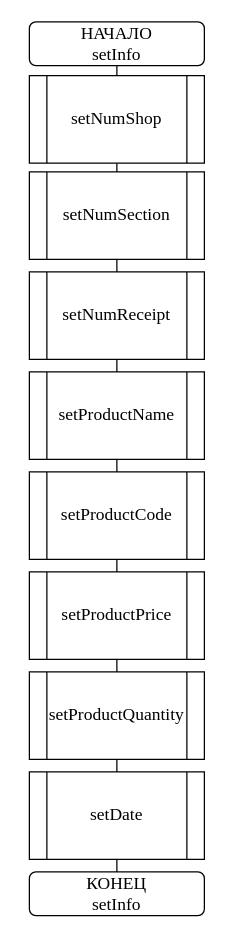
Above: page "setInfo" (21 of 27) of 3_Sem/Algorithmization_and_programming/Coursework/docs/schemes/1.drawio in Khrommi69/SevSU_IS (draw.io), before the change. Source tidied: cells renumbered, new cells numbered last; positions are measured from the earlier drawing's top-left corner, leaving out a move shared by most shapes. Both pictures are drawn from the tidied source at 125%, with x=0, y=0 at pixel (29, 21).
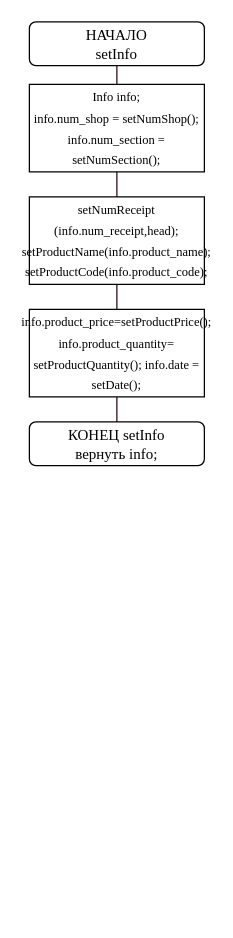
Above is the later version.

What changed in the source:
```diff
@@
-    <mxCell id="0" />
-    <mxCell id="1" parent="0" />
-    <mxCell id="2" style="edgeStyle=orthogonalEdgeStyle;rounded=0;jettySize=auto;html=1;exitX=0.5;exitY=1;exitDx=0;exitDy=0;entryX=0.5;entryY=0;entryDx=0;entryDy=0;endArrow=none;endFill=0;" parent="1" edge="1" source="3" target="6">
-      <mxGeometry relative="1" as="geometry" />
-    </mxCell>
+    <mxCell id="21" />
+    <mxCell id="22" parent="21" />
+    <mxCell id="23" value="&lt;font&gt;&lt;font face=&quot;times new roman&quot;&gt;КОНЕЦ&amp;nbsp;&lt;/font&gt;&lt;font face=&quot;times new roman&quot;&gt;setInfo&lt;br&gt;вернуть info;&lt;/font&gt;&lt;br&gt;&lt;/font&gt;" style="rounded=1;whiteSpace=wrap;html=1;" parent="22" vertex="1">
+      <mxGeometry y="320" width="140" height="35" as="geometry" />
+    </mxCell>
+    <mxCell id="24" style="edgeStyle=orthogonalEdgeStyle;rounded=0;jumpStyle=sharp;jettySize=auto;html=1;exitX=0.5;exitY=1;exitDx=0;exitDy=0;entryX=0.5;entryY=0;entryDx=0;entryDy=0;shadow=0;startArrow=none;startFill=0;endArrow=none;endFill=0;strokeColor=#33001A;" parent="22" edge="1" source="3" target="26">
+      <mxGeometry relative="1" as="geometry" />
+    </mxCell>
-    <mxCell id="3" value="&lt;span style=&quot;font-family: &amp;#34;times new roman&amp;#34; ; font-size: 14px&quot;&gt;НАЧАЛО&lt;br&gt;setInfo&lt;br&gt;&lt;/span&gt;" style="rounded=1;whiteSpace=wrap;html=1;" parent="1" vertex="1">
+    <mxCell id="3" value="&lt;font&gt;&lt;font face=&quot;times new roman&quot;&gt;НАЧАЛО&lt;/font&gt;&lt;br&gt;&lt;font face=&quot;times new roman&quot;&gt;setInfo&lt;/font&gt;&lt;br&gt;&lt;/font&gt;" style="rounded=1;whiteSpace=wrap;html=1;" parent="22" vertex="1">
       <mxGeometry width="140" height="35" as="geometry" />
     </mxCell>
-    <mxCell id="4" value="&lt;span style=&quot;font-family: &amp;#34;times new roman&amp;#34; ; font-size: 14px&quot;&gt;КОНЕЦ&lt;br&gt;setInfo&lt;br&gt;&lt;/span&gt;" style="rounded=1;whiteSpace=wrap;html=1;" parent="1" vertex="1">
-      <mxGeometry y="680" width="140" height="35" as="geometry" />
-    </mxCell>
-    <mxCell id="5" style="edgeStyle=orthogonalEdgeStyle;rounded=0;jettySize=auto;html=1;exitX=0.5;exitY=1;exitDx=0;exitDy=0;entryX=0.5;entryY=0;entryDx=0;entryDy=0;endArrow=none;endFill=0;" parent="1" edge="1" source="6" target="8">
-      <mxGeometry relative="1" as="geometry" />
-    </mxCell>
-    <mxCell id="6" value="setNumShop" style="shape=process;whiteSpace=wrap;html=1;backgroundOutline=1;strokeWidth=1;fontFamily=Times New Roman;fontSize=14;" parent="1" vertex="1">
-      <mxGeometry y="43" width="140" height="70" as="geometry" />
-    </mxCell>
-    <mxCell id="7" style="edgeStyle=orthogonalEdgeStyle;rounded=0;jettySize=auto;html=1;exitX=0.5;exitY=1;exitDx=0;exitDy=0;entryX=0.5;entryY=0;entryDx=0;entryDy=0;endArrow=none;endFill=0;" parent="1" edge="1" source="8" target="10">
-      <mxGeometry relative="1" as="geometry" />
-    </mxCell>
-    <mxCell id="8" value="setNumSection" style="shape=process;whiteSpace=wrap;html=1;backgroundOutline=1;strokeWidth=1;fontFamily=Times New Roman;fontSize=14;" parent="1" vertex="1">
-      <mxGeometry y="120" width="140" height="70" as="geometry" />
-    </mxCell>
-    <mxCell id="9" style="edgeStyle=orthogonalEdgeStyle;rounded=0;jettySize=auto;html=1;exitX=0.5;exitY=1;exitDx=0;exitDy=0;entryX=0.5;entryY=0;entryDx=0;entryDy=0;endArrow=none;endFill=0;" parent="1" edge="1" source="10" target="12">
-      <mxGeometry relative="1" as="geometry" />
-    </mxCell>
-    <mxCell id="10" value="setNumReceipt" style="shape=process;whiteSpace=wrap;html=1;backgroundOutline=1;strokeWidth=1;fontFamily=Times New Roman;fontSize=14;" parent="1" vertex="1">
-      <mxGeometry y="200" width="140" height="70" as="geometry" />
-    </mxCell>
-    <mxCell id="11" style="edgeStyle=orthogonalEdgeStyle;rounded=0;jettySize=auto;html=1;exitX=0.5;exitY=1;exitDx=0;exitDy=0;entryX=0.5;entryY=0;entryDx=0;entryDy=0;endArrow=none;endFill=0;" parent="1" edge="1" source="12" target="14">
-      <mxGeometry relative="1" as="geometry" />
-    </mxCell>
-    <mxCell id="12" value="setProductName" style="shape=process;whiteSpace=wrap;html=1;backgroundOutline=1;strokeWidth=1;fontFamily=Times New Roman;fontSize=14;" parent="1" vertex="1">
-      <mxGeometry y="280" width="140" height="70" as="geometry" />
-    </mxCell>
-    <mxCell id="13" style="edgeStyle=orthogonalEdgeStyle;rounded=0;jettySize=auto;html=1;exitX=0.5;exitY=1;exitDx=0;exitDy=0;entryX=0.5;entryY=0;entryDx=0;entryDy=0;endArrow=none;endFill=0;" parent="1" edge="1" source="14" target="16">
-      <mxGeometry relative="1" as="geometry" />
-    </mxCell>
-    <mxCell id="14" value="setProductCode" style="shape=process;whiteSpace=wrap;html=1;backgroundOutline=1;strokeWidth=1;fontFamily=Times New Roman;fontSize=14;" parent="1" vertex="1">
-      <mxGeometry y="360" width="140" height="70" as="geometry" />
-    </mxCell>
-    <mxCell id="15" style="edgeStyle=orthogonalEdgeStyle;rounded=0;jettySize=auto;html=1;exitX=0.5;exitY=1;exitDx=0;exitDy=0;entryX=0.5;entryY=0;entryDx=0;entryDy=0;endArrow=none;endFill=0;" parent="1" edge="1" source="16" target="18">
-      <mxGeometry relative="1" as="geometry" />
-    </mxCell>
-    <mxCell id="16" value="setProductPrice" style="shape=process;whiteSpace=wrap;html=1;backgroundOutline=1;strokeWidth=1;fontFamily=Times New Roman;fontSize=14;" parent="1" vertex="1">
-      <mxGeometry y="440" width="140" height="70" as="geometry" />
-    </mxCell>
-    <mxCell id="17" style="edgeStyle=orthogonalEdgeStyle;rounded=0;jettySize=auto;html=1;exitX=0.5;exitY=1;exitDx=0;exitDy=0;entryX=0.5;entryY=0;entryDx=0;entryDy=0;endArrow=none;endFill=0;" parent="1" edge="1" source="18" target="20">
-      <mxGeometry relative="1" as="geometry" />
-    </mxCell>
-    <mxCell id="18" value="setProductQuantity" style="shape=process;whiteSpace=wrap;html=1;backgroundOutline=1;strokeWidth=1;fontFamily=Times New Roman;fontSize=14;" parent="1" vertex="1">
-      <mxGeometry y="520" width="140" height="70" as="geometry" />
-    </mxCell>
-    <mxCell id="19" style="edgeStyle=orthogonalEdgeStyle;rounded=0;jettySize=auto;html=1;exitX=0.5;exitY=1;exitDx=0;exitDy=0;entryX=0.5;entryY=0;entryDx=0;entryDy=0;endArrow=none;endFill=0;" parent="1" edge="1" source="20" target="4">
-      <mxGeometry relative="1" as="geometry" />
-    </mxCell>
-    <mxCell id="20" value="setDate" style="shape=process;whiteSpace=wrap;html=1;backgroundOutline=1;strokeWidth=1;fontFamily=Times New Roman;fontSize=14;" parent="1" vertex="1">
-      <mxGeometry y="600" width="140" height="70" as="geometry" />
-    </mxCell>
+    <mxCell id="25" style="edgeStyle=orthogonalEdgeStyle;rounded=0;jumpStyle=sharp;jettySize=auto;html=1;exitX=0.5;exitY=1;exitDx=0;exitDy=0;entryX=0.5;entryY=0;entryDx=0;entryDy=0;shadow=0;startArrow=none;startFill=0;endArrow=none;endFill=0;strokeColor=#33001A;" parent="22" edge="1" source="26" target="28">
+      <mxGeometry relative="1" as="geometry" />
+    </mxCell>
+    <mxCell id="26" value="&lt;div&gt;&lt;font size=&quot;1&quot;&gt;Info info;&lt;/font&gt;&lt;/div&gt;&lt;div&gt;&lt;font size=&quot;1&quot;&gt;&lt;span&gt;&#9;&lt;/span&gt;info.num_shop = setNumShop();&lt;/font&gt;&lt;/div&gt;&lt;div&gt;&lt;font size=&quot;1&quot;&gt;&lt;span&gt;&#9;&lt;/span&gt;info.num_section = setNumSection();&lt;/font&gt;&lt;/div&gt;" style="rounded=0;whiteSpace=wrap;html=1;strokeWidth=1;fontFamily=Times New Roman;fontSize=14;" parent="22" vertex="1">
+      <mxGeometry y="50" width="140" height="70" as="geometry" />
+    </mxCell>
+    <mxCell id="27" style="edgeStyle=orthogonalEdgeStyle;rounded=0;jumpStyle=sharp;jettySize=auto;html=1;exitX=0.5;exitY=1;exitDx=0;exitDy=0;entryX=0.5;entryY=0;entryDx=0;entryDy=0;shadow=0;startArrow=none;startFill=0;endArrow=none;endFill=0;strokeColor=#33001A;" parent="22" edge="1" source="28" target="30">
+      <mxGeometry relative="1" as="geometry" />
+    </mxCell>
+    <mxCell id="28" value="&lt;div&gt;&lt;font size=&quot;1&quot;&gt;setNumReceipt&lt;/font&gt;&lt;/div&gt;&lt;div&gt;&lt;font size=&quot;1&quot;&gt;(info.num_receipt,head);&lt;/font&gt;&lt;/div&gt;&lt;div&gt;&lt;font size=&quot;1&quot;&gt;&lt;span&gt;&#9;&lt;/span&gt;setProductName(info.product_name);&lt;/font&gt;&lt;/div&gt;&lt;div&gt;&lt;font size=&quot;1&quot;&gt;&lt;span&gt;&#9;&lt;/span&gt;setProductCode(info.product_code);&lt;/font&gt;&lt;/div&gt;" style="rounded=0;whiteSpace=wrap;html=1;strokeWidth=1;fontFamily=Times New Roman;fontSize=14;" parent="22" vertex="1">
+      <mxGeometry y="140" width="140" height="70" as="geometry" />
+    </mxCell>
+    <mxCell id="29" style="edgeStyle=orthogonalEdgeStyle;rounded=0;jumpStyle=sharp;jettySize=auto;html=1;exitX=0.5;exitY=1;exitDx=0;exitDy=0;shadow=0;startArrow=none;startFill=0;endArrow=none;endFill=0;strokeColor=#33001A;" parent="22" edge="1" source="30" target="23">
+      <mxGeometry relative="1" as="geometry" />
+    </mxCell>
+    <mxCell id="30" value="&lt;div&gt;&lt;font size=&quot;1&quot;&gt;info.product_price=setProductPrice();&lt;/font&gt;&lt;/div&gt;&lt;div&gt;&lt;font size=&quot;1&quot;&gt;&lt;span&gt;&#9;&lt;/span&gt;info.product_quantity=&lt;/font&gt;&lt;/div&gt;&lt;div&gt;&lt;font size=&quot;1&quot;&gt;setProductQuantity();&amp;nbsp;&lt;/font&gt;&lt;span style=&quot;font-size: x-small&quot;&gt;info.date = setDate();&lt;/span&gt;&lt;/div&gt;" style="rounded=0;whiteSpace=wrap;html=1;strokeWidth=1;fontFamily=Times New Roman;fontSize=14;" parent="22" vertex="1">
+      <mxGeometry y="230" width="140" height="70" as="geometry" />
+    </mxCell>
```
